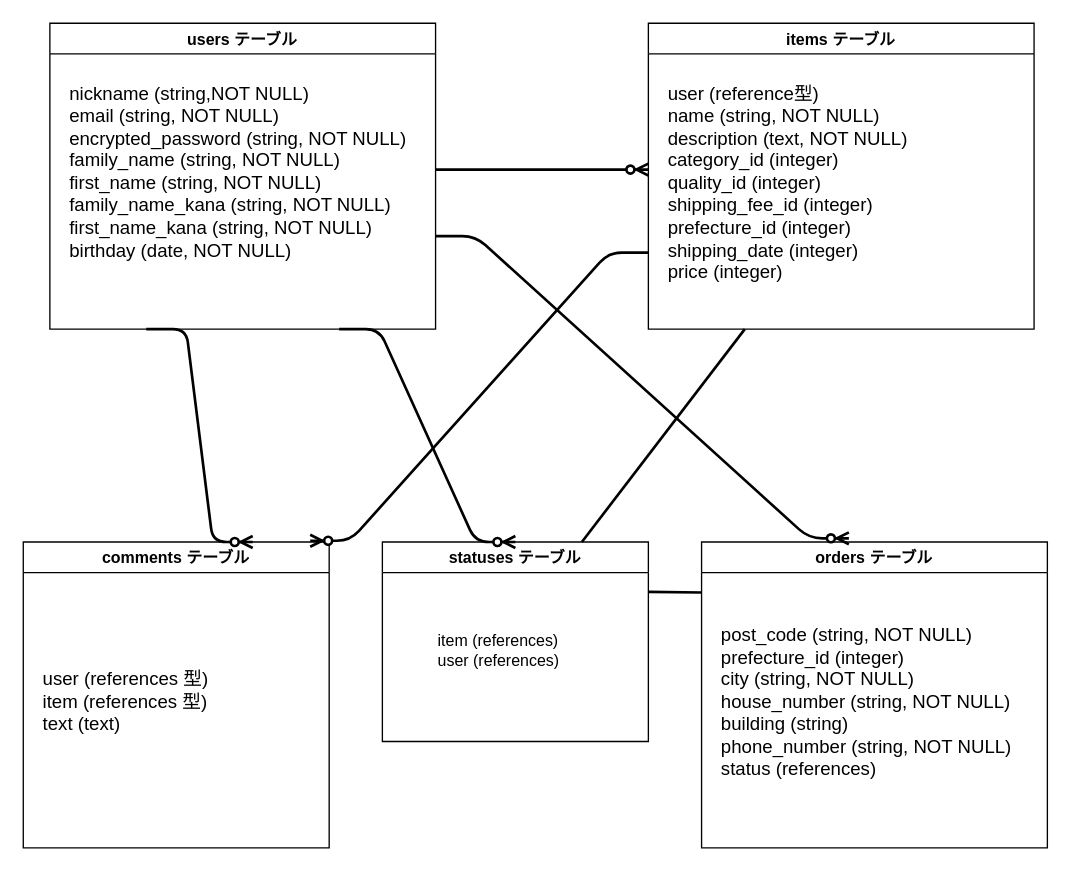
Before: ER.dio in aromavita/furima-35783, a draw.io diagram. Source tidied: cells renumbered, new cells numbered last; positions are measured from the earlier drawing's top-left corner, leaving out a move shared by most shapes. Both pictures are drawn from the tidied source at 133%, with x=0, y=0 at pixel (23, 23).
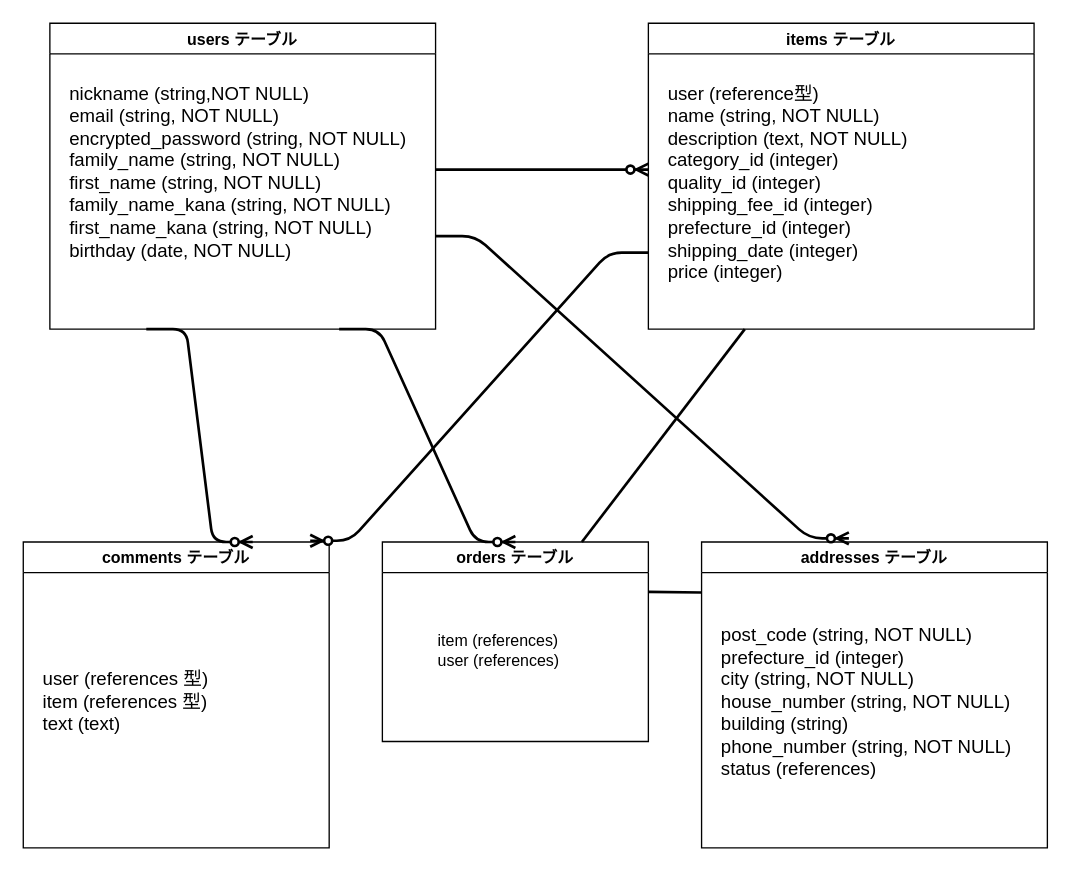
The same diagram, later.

Commit message (it also covers changes not shown here):
LGTM後の文言修正

Diff of the diagram source:
```diff
@@
-    <mxCell id="11" value="orders テーブル" style="swimlane;" parent="1" vertex="1">
+    <mxCell id="11" value="addresses テーブル" style="swimlane;" parent="1" vertex="1">
       <mxGeometry x="510" y="390" width="260" height="230" as="geometry" />
     </mxCell>
@@
-    <mxCell id="13" value="statuses テーブル" style="swimlane;" parent="1" vertex="1">
+    <mxCell id="13" value="orders テーブル" style="swimlane;startSize=23;" parent="1" vertex="1">
       <mxGeometry x="270" y="390" width="200" height="150" as="geometry" />
     </mxCell>
```
